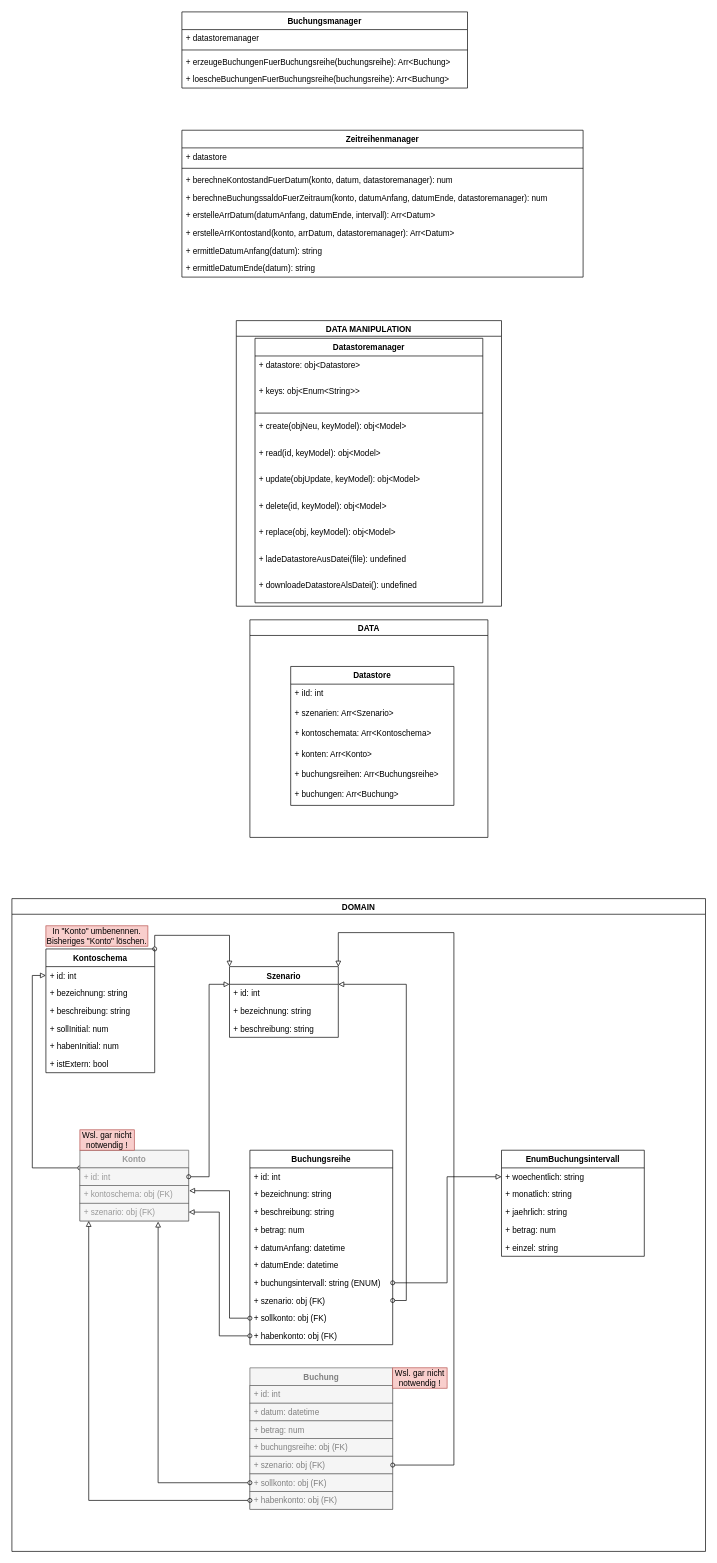
Before: design/Klassen.drawio in wunscha/finanzplaner, a draw.io diagram. Source tidied: cells renumbered, new cells numbered last; positions are measured from the earlier drawing's top-left corner, leaving out a move shared by most shapes. Both pictures are drawn from the tidied source at 68%, with x=0, y=0 at pixel (12, 12).
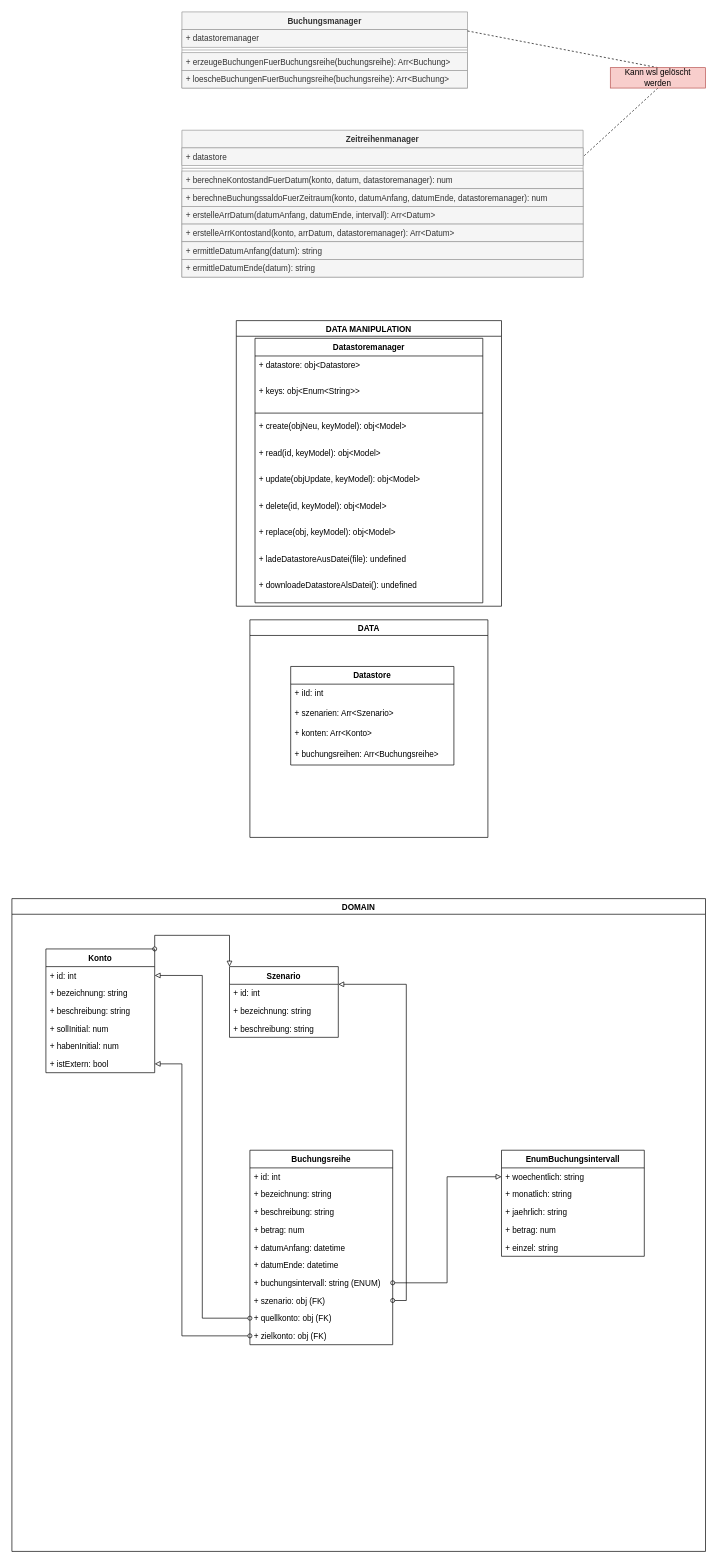
After the change.

The change refers to these unchanged cells:
```xml
<mxCell id="8" value="Szenario" style="swimlane;fontStyle=1;align=center;verticalAlign=top;horizontal=1;startSize=26;" parent="2" vertex="1">
  <mxGeometry x="320" y="100" width="160" height="104" as="geometry" />
</mxCell>
<mxCell id="13" value="Buchungsreihe" style="swimlane;fontStyle=1;align=center;verticalAlign=top;horizontal=1;startSize=26;" parent="2" vertex="1">
  <mxGeometry x="350" y="370" width="210" height="286" as="geometry" />
</mxCell>
<mxCell id="44" value="DOMAIN" style="swimlane;" parent="2" vertex="1">
  <mxGeometry width="1020" height="960" as="geometry" />
</mxCell>
<mxCell id="47" value="+ id: int" style="text;strokeColor=none;fillColor=none;align=left;verticalAlign=top;spacingLeft=4;spacingRight=4;overflow=hidden;points=[[0,0.5],[1,0.5]];portConstraint=eastwest;" parent="46" vertex="1">
  <mxGeometry y="26" width="160" height="26" as="geometry" />
</mxCell>
<mxCell id="52" value="+ istExtern: bool" style="text;strokeColor=none;fillColor=none;align=left;verticalAlign=top;spacingLeft=4;spacingRight=4;overflow=hidden;points=[[0,0.5],[1,0.5]];portConstraint=eastwest;" parent="46" vertex="1">
  <mxGeometry y="156" width="160" height="26" as="geometry" />
</mxCell>
<mxCell id="56" style="group;" parent="1" vertex="1">
  <mxGeometry x="350" y="894" width="350" height="320" as="geometry" />
</mxCell>
```

Diff of the diagram source:
```diff
@@
-    <mxCell id="2" style="group;" parent="1" vertex="1">
+    <mxCell id="2" style="group;fontStyle=4;" parent="1" vertex="1">
       <mxGeometry y="1304" width="1020" height="960" as="geometry" />
     </mxCell>
-    <mxCell id="3" style="edgeStyle=orthogonalEdgeStyle;rounded=0;jettySize=auto;html=1;exitX=0;exitY=0.25;exitDx=0;exitDy=0;entryX=0;entryY=0.5;entryDx=0;entryDy=0;endArrow=block;endFill=0;startArrow=oval;startFill=0;" parent="2" edge="1" source="4" target="47">
-      <mxGeometry relative="1" as="geometry" />
-    </mxCell>
-    <mxCell id="4" value="Konto" style="swimlane;fontStyle=1;align=center;verticalAlign=top;horizontal=1;startSize=26;fillColor=#f5f5f5;fontColor=#999999;strokeColor=#666666;" parent="2" vertex="1">
-      <mxGeometry x="100" y="370" width="160" height="104" as="geometry" />
-    </mxCell>
-    <mxCell id="5" value="+ id: int" style="text;strokeColor=#666666;fillColor=#f5f5f5;align=left;verticalAlign=top;spacingLeft=4;spacingRight=4;overflow=hidden;points=[[0,0.5],[1,0.5]];portConstraint=eastwest;fontColor=#999999;" parent="4" vertex="1">
-      <mxGeometry y="26" width="160" height="26" as="geometry" />
-    </mxCell>
-    <mxCell id="6" value="+ kontoschema: obj (FK)" style="text;strokeColor=#666666;fillColor=#f5f5f5;align=left;verticalAlign=top;spacingLeft=4;spacingRight=4;overflow=hidden;points=[[0,0.5],[1,0.5]];portConstraint=eastwest;fontColor=#999999;" parent="4" vertex="1">
-      <mxGeometry y="52" width="160" height="26" as="geometry" />
-    </mxCell>
-    <mxCell id="7" value="+ szenario: obj (FK)" style="text;strokeColor=#666666;fillColor=#f5f5f5;align=left;verticalAlign=top;spacingLeft=4;spacingRight=4;overflow=hidden;points=[[0,0.5],[1,0.5]];portConstraint=eastwest;fontColor=#999999;" parent="4" vertex="1">
-      <mxGeometry y="78" width="160" height="26" as="geometry" />
-    </mxCell>
@@
-    <mxCell id="12" style="edgeStyle=orthogonalEdgeStyle;rounded=0;jettySize=auto;html=1;exitX=1;exitY=0.5;exitDx=0;exitDy=0;entryX=0;entryY=0.25;entryDx=0;entryDy=0;startArrow=oval;startFill=0;endArrow=block;endFill=0;" parent="2" edge="1" source="5" target="8">
-      <mxGeometry relative="1" as="geometry" />
-    </mxCell>
@@
-    <mxCell id="22" value="+ sollkonto: obj (FK)" style="text;strokeColor=none;fillColor=none;align=left;verticalAlign=top;spacingLeft=4;spacingRight=4;overflow=hidden;points=[[0,0.5],[1,0.5]];portConstraint=eastwest;" parent="13" vertex="1">
+    <mxCell id="22" value="+ quellkonto: obj (FK)" style="text;strokeColor=none;fillColor=none;align=left;verticalAlign=top;spacingLeft=4;spacingRight=4;overflow=hidden;points=[[0,0.5],[1,0.5]];portConstraint=eastwest;" parent="13" vertex="1">
       <mxGeometry y="234" width="210" height="26" as="geometry" />
     </mxCell>
-    <mxCell id="23" value="+ habenkonto: obj (FK)" style="text;strokeColor=none;fillColor=none;align=left;verticalAlign=top;spacingLeft=4;spacingRight=4;overflow=hidden;points=[[0,0.5],[1,0.5]];portConstraint=eastwest;" parent="13" vertex="1">
+    <mxCell id="23" value="+ zielkonto: obj (FK)" style="text;strokeColor=none;fillColor=none;align=left;verticalAlign=top;spacingLeft=4;spacingRight=4;overflow=hidden;points=[[0,0.5],[1,0.5]];portConstraint=eastwest;" parent="13" vertex="1">
       <mxGeometry y="260" width="210" height="26" as="geometry" />
     </mxCell>
-    <mxCell id="24" value="Buchung" style="swimlane;fontStyle=1;align=center;verticalAlign=top;horizontal=1;startSize=26;fillColor=#f5f5f5;fontColor=#808080;strokeColor=#666666;" parent="2" vertex="1">
-      <mxGeometry x="350" y="690" width="210" height="208" as="geometry" />
-    </mxCell>
-    <mxCell id="25" value="+ id: int" style="text;strokeColor=#666666;fillColor=#f5f5f5;align=left;verticalAlign=top;spacingLeft=4;spacingRight=4;overflow=hidden;fontColor=#808080;" parent="24" vertex="1">
-      <mxGeometry y="26" width="210" height="26" as="geometry" />
-    </mxCell>
-    <mxCell id="26" value="+ datum: datetime" style="text;strokeColor=#666666;fillColor=#f5f5f5;align=left;verticalAlign=top;spacingLeft=4;spacingRight=4;overflow=hidden;fontColor=#808080;" parent="24" vertex="1">
-      <mxGeometry y="52" width="210" height="26" as="geometry" />
-    </mxCell>
-    <mxCell id="27" value="+ betrag: num" style="text;strokeColor=#666666;fillColor=#f5f5f5;align=left;verticalAlign=top;spacingLeft=4;spacingRight=4;overflow=hidden;fontColor=#808080;" parent="24" vertex="1">
-      <mxGeometry y="78" width="210" height="26" as="geometry" />
-    </mxCell>
-    <mxCell id="28" value="+ buchungsreihe: obj (FK)" style="text;strokeColor=#666666;fillColor=#f5f5f5;align=left;verticalAlign=top;spacingLeft=4;spacingRight=4;overflow=hidden;fontColor=#808080;" parent="24" vertex="1">
-      <mxGeometry y="104" width="210" height="26" as="geometry" />
-    </mxCell>
-    <mxCell id="29" value="+ szenario: obj (FK)" style="text;strokeColor=#666666;fillColor=#f5f5f5;align=left;verticalAlign=top;spacingLeft=4;spacingRight=4;overflow=hidden;points=[[0,0.5],[1,0.5]];portConstraint=eastwest;fontColor=#808080;" parent="24" vertex="1">
-      <mxGeometry y="130" width="210" height="26" as="geometry" />
-    </mxCell>
-    <mxCell id="30" value="+ sollkonto: obj (FK)" style="text;strokeColor=#666666;fillColor=#f5f5f5;align=left;verticalAlign=top;spacingLeft=4;spacingRight=4;overflow=hidden;points=[[0,0.5],[1,0.5]];portConstraint=eastwest;fontColor=#808080;" parent="24" vertex="1">
-      <mxGeometry y="156" width="210" height="26" as="geometry" />
-    </mxCell>
-    <mxCell id="31" value="+ habenkonto: obj (FK)" style="text;strokeColor=#666666;fillColor=#f5f5f5;align=left;verticalAlign=top;spacingLeft=4;spacingRight=4;overflow=hidden;points=[[0,0.5],[1,0.5]];portConstraint=eastwest;fontColor=#808080;" parent="24" vertex="1">
-      <mxGeometry y="182" width="210" height="26" as="geometry" />
-    </mxCell>
-    <mxCell id="32" style="edgeStyle=orthogonalEdgeStyle;rounded=0;jettySize=auto;html=1;exitX=0;exitY=0.5;exitDx=0;exitDy=0;entryX=1;entryY=0.5;entryDx=0;entryDy=0;startArrow=oval;startFill=0;endArrow=block;endFill=0;" parent="2" edge="1" source="23" target="7">
-      <mxGeometry relative="1" as="geometry" />
-    </mxCell>
@@
-    <mxCell id="34" style="edgeStyle=orthogonalEdgeStyle;rounded=0;jettySize=auto;html=1;exitX=1;exitY=0.5;exitDx=0;exitDy=0;entryX=1;entryY=0;entryDx=0;entryDy=0;startArrow=oval;startFill=0;endArrow=block;endFill=0;" parent="2" edge="1" source="29" target="8">
-      <mxGeometry relative="1" as="geometry">
-        <Array as="points">
-          <mxPoint x="650" y="833" />
-          <mxPoint x="650" y="50" />
-          <mxPoint x="480" y="50" />
-        </Array>
-      </mxGeometry>
-    </mxCell>
-    <mxCell id="35" style="edgeStyle=orthogonalEdgeStyle;rounded=0;jettySize=auto;html=1;exitX=0;exitY=0.5;exitDx=0;exitDy=0;entryX=0.719;entryY=1.038;entryDx=0;entryDy=0;entryPerimeter=0;startArrow=oval;startFill=0;endArrow=block;endFill=0;" parent="2" edge="1" source="30" target="7">
-      <mxGeometry relative="1" as="geometry" />
-    </mxCell>
-    <mxCell id="36" style="edgeStyle=orthogonalEdgeStyle;rounded=0;jettySize=auto;html=1;exitX=0;exitY=0.5;exitDx=0;exitDy=0;entryX=0.081;entryY=1;entryDx=0;entryDy=0;entryPerimeter=0;startArrow=oval;startFill=0;endArrow=block;endFill=0;" parent="2" edge="1" source="31" target="7">
-      <mxGeometry relative="1" as="geometry" />
-    </mxCell>
@@
-    <mxCell id="45" value="Wsl. gar nicht notwendig !" style="text;html=1;strokeColor=#b85450;fillColor=#f8cecc;align=center;verticalAlign=middle;whiteSpace=wrap;rounded=0;" parent="44" vertex="1">
-      <mxGeometry x="560" y="690" width="80" height="30" as="geometry" />
-    </mxCell>
-    <mxCell id="46" value="Kontoschema" style="swimlane;fontStyle=1;align=center;verticalAlign=top;horizontal=1;startSize=26;" parent="44" vertex="1">
+    <mxCell id="46" value="Konto" style="swimlane;fontStyle=1;align=center;verticalAlign=top;horizontal=1;startSize=26;" parent="44" vertex="1">
       <mxGeometry x="50" y="74" width="160" height="182" as="geometry" />
     </mxCell>
@@
-    <mxCell id="53" value="Wsl. gar nicht notwendig !" style="text;html=1;strokeColor=#b85450;fillColor=#f8cecc;align=center;verticalAlign=middle;whiteSpace=wrap;rounded=0;" parent="44" vertex="1">
-      <mxGeometry x="100" y="340" width="80" height="30" as="geometry" />
-    </mxCell>
-    <mxCell id="54" value="In &quot;Konto&quot; umbenennen.&lt;br&gt;Bisheriges &quot;Konto&quot; löschen." style="text;html=1;strokeColor=#b85450;fillColor=#f8cecc;align=center;verticalAlign=middle;whiteSpace=wrap;rounded=0;" parent="44" vertex="1">
-      <mxGeometry x="50" y="40" width="150" height="30" as="geometry" />
-    </mxCell>
@@
+    <mxCell id="93" style="edgeStyle=orthogonalEdgeStyle;rounded=0;jettySize=auto;html=1;exitX=0;exitY=0.5;exitDx=0;exitDy=0;entryX=1;entryY=0.5;entryDx=0;entryDy=0;endArrow=block;endFill=0;startArrow=oval;startFill=0;" parent="2" edge="1" source="22" target="47">
+      <mxGeometry relative="1" as="geometry" />
+    </mxCell>
+    <mxCell id="94" style="edgeStyle=orthogonalEdgeStyle;rounded=0;jettySize=auto;html=1;exitX=0;exitY=0.5;exitDx=0;exitDy=0;entryX=1;entryY=0.5;entryDx=0;entryDy=0;endArrow=block;endFill=0;startArrow=oval;startFill=0;" parent="2" edge="1" source="23" target="52">
+      <mxGeometry relative="1" as="geometry">
+        <Array as="points">
+          <mxPoint x="250" y="643" />
+          <mxPoint x="250" y="243" />
+        </Array>
+      </mxGeometry>
+    </mxCell>
@@
     <mxCell id="57" value="Datastore" style="swimlane;fontStyle=1;align=center;verticalAlign=top;horizontal=1;startSize=26;" parent="56" vertex="1">
-      <mxGeometry x="60" y="68.6" width="240" height="204.3" as="geometry" />
+      <mxGeometry x="60" y="68.6" width="240" height="144.9" as="geometry" />
     </mxCell>
@@
-    <mxCell id="60" value="+ kontoschemata: Arr&lt;Kontoschema&gt;" style="text;strokeColor=none;fillColor=none;align=left;verticalAlign=top;spacingLeft=4;spacingRight=4;overflow=hidden;" parent="57" vertex="1">
-      <mxGeometry y="85.4" width="240" height="29.7" as="geometry" />
-    </mxCell>
     <mxCell id="61" value="+ konten: Arr&lt;Konto&gt;" style="text;strokeColor=none;fillColor=none;align=left;verticalAlign=top;spacingLeft=4;spacingRight=4;overflow=hidden;" parent="57" vertex="1">
-      <mxGeometry y="115.1" width="240" height="29.7" as="geometry" />
+      <mxGeometry y="85.4" width="240" height="29.7" as="geometry" />
     </mxCell>
     <mxCell id="62" value="+ buchungsreihen: Arr&lt;Buchungsreihe&gt;" style="text;strokeColor=none;fillColor=none;align=left;verticalAlign=top;spacingLeft=4;spacingRight=4;overflow=hidden;" parent="57" vertex="1">
-      <mxGeometry y="144.9" width="240" height="29.7" as="geometry" />
+      <mxGeometry y="115.1" width="240" height="29.7" as="geometry" />
     </mxCell>
-    <mxCell id="63" value="+ buchungen: Arr&lt;Buchung&gt;" style="text;strokeColor=none;fillColor=none;align=left;verticalAlign=top;spacingLeft=4;spacingRight=4;overflow=hidden;" parent="57" vertex="1">
-      <mxGeometry y="174.6" width="240" height="29.7" as="geometry" />
-    </mxCell>
@@
-    <mxCell id="78" value="Buchungsmanager" style="swimlane;fontStyle=1;align=center;verticalAlign=top;horizontal=1;startSize=26;" parent="1" vertex="1">
+    <mxCell id="78" value="Buchungsmanager" style="swimlane;fontStyle=1;align=center;verticalAlign=top;horizontal=1;startSize=26;fillColor=#f5f5f5;fontColor=#333333;strokeColor=#999999;" parent="1" vertex="1">
       <mxGeometry x="250" width="420" height="112" as="geometry" />
     </mxCell>
-    <mxCell id="79" value="+ datastoremanager" style="text;strokeColor=none;fillColor=none;align=left;verticalAlign=top;spacingLeft=4;spacingRight=4;overflow=hidden;" parent="78" vertex="1">
+    <mxCell id="79" value="+ datastoremanager" style="text;strokeColor=#999999;fillColor=#f5f5f5;align=left;verticalAlign=top;spacingLeft=4;spacingRight=4;overflow=hidden;fontColor=#333333;" parent="78" vertex="1">
       <mxGeometry y="26" width="420" height="26" as="geometry" />
     </mxCell>
-    <mxCell id="80" style="line;strokeWidth=1;fillColor=none;align=left;verticalAlign=middle;spacingTop=-1;spacingLeft=3;spacingRight=3;labelPosition=right;strokeColor=inherit;" parent="78" vertex="1">
+    <mxCell id="80" style="line;strokeWidth=1;fillColor=#f5f5f5;align=left;verticalAlign=middle;spacingTop=-1;spacingLeft=3;spacingRight=3;labelPosition=right;strokeColor=#999999;fontColor=#333333;" parent="78" vertex="1">
       <mxGeometry y="52" width="420" height="8" as="geometry" />
     </mxCell>
-    <mxCell id="81" value="+ erzeugeBuchungenFuerBuchungsreihe(buchungsreihe): Arr&lt;Buchung&gt;" style="text;strokeColor=none;fillColor=none;align=left;verticalAlign=top;spacingLeft=4;spacingRight=4;overflow=hidden;" parent="78" vertex="1">
+    <mxCell id="81" value="+ erzeugeBuchungenFuerBuchungsreihe(buchungsreihe): Arr&lt;Buchung&gt;" style="text;strokeColor=#999999;fillColor=#f5f5f5;align=left;verticalAlign=top;spacingLeft=4;spacingRight=4;overflow=hidden;fontColor=#333333;" parent="78" vertex="1">
       <mxGeometry y="60" width="420" height="26" as="geometry" />
     </mxCell>
-    <mxCell id="82" value="+ loescheBuchungenFuerBuchungsreihe(buchungsreihe): Arr&lt;Buchung&gt;" style="text;strokeColor=none;fillColor=none;align=left;verticalAlign=top;spacingLeft=4;spacingRight=4;overflow=hidden;" parent="78" vertex="1">
+    <mxCell id="82" value="+ loescheBuchungenFuerBuchungsreihe(buchungsreihe): Arr&lt;Buchung&gt;" style="text;strokeColor=#999999;fillColor=#f5f5f5;align=left;verticalAlign=top;spacingLeft=4;spacingRight=4;overflow=hidden;fontColor=#333333;" parent="78" vertex="1">
       <mxGeometry y="86" width="420" height="26" as="geometry" />
     </mxCell>
-    <mxCell id="83" value="Zeitreihenmanager" style="swimlane;fontStyle=1;align=center;verticalAlign=top;horizontal=1;startSize=26;" parent="1" vertex="1">
+    <mxCell id="83" value="Zeitreihenmanager" style="swimlane;fontStyle=1;align=center;verticalAlign=top;horizontal=1;startSize=26;fillColor=#f5f5f5;fontColor=#333333;strokeColor=#999999;" parent="1" vertex="1">
       <mxGeometry x="250" y="174" width="590" height="216" as="geometry" />
     </mxCell>
-    <mxCell id="84" value="+ datastore" style="text;strokeColor=none;fillColor=none;align=left;verticalAlign=top;spacingLeft=4;spacingRight=4;overflow=hidden;points=[[0,0.5],[1,0.5]];portConstraint=eastwest;" parent="83" vertex="1">
+    <mxCell id="84" value="+ datastore" style="text;strokeColor=#999999;fillColor=#f5f5f5;align=left;verticalAlign=top;spacingLeft=4;spacingRight=4;overflow=hidden;points=[[0,0.5],[1,0.5]];portConstraint=eastwest;fontColor=#333333;" parent="83" vertex="1">
       <mxGeometry y="26" width="590" height="26" as="geometry" />
     </mxCell>
-    <mxCell id="85" style="line;strokeWidth=1;fillColor=none;align=left;verticalAlign=middle;spacingTop=-1;spacingLeft=3;spacingRight=3;labelPosition=right;strokeColor=inherit;" parent="83" vertex="1">
+    <mxCell id="85" style="line;strokeWidth=1;fillColor=#f5f5f5;align=left;verticalAlign=middle;spacingTop=-1;spacingLeft=3;spacingRight=3;labelPosition=right;strokeColor=#999999;fontColor=#333333;" parent="83" vertex="1">
       <mxGeometry y="52" width="590" height="8" as="geometry" />
     </mxCell>
-    <mxCell id="86" value="+ berechneKontostandFuerDatum(konto, datum, datastoremanager): num" style="text;strokeColor=none;fillColor=none;align=left;verticalAlign=top;spacingLeft=4;spacingRight=4;overflow=hidden;" parent="83" vertex="1">
+    <mxCell id="86" value="+ berechneKontostandFuerDatum(konto, datum, datastoremanager): num" style="text;strokeColor=#999999;fillColor=#f5f5f5;align=left;verticalAlign=top;spacingLeft=4;spacingRight=4;overflow=hidden;fontColor=#333333;" parent="83" vertex="1">
       <mxGeometry y="60" width="590" height="26" as="geometry" />
     </mxCell>
-    <mxCell id="87" value="+ berechneBuchungssaldoFuerZeitraum(konto, datumAnfang, datumEnde, datastoremanager): num" style="text;strokeColor=none;fillColor=none;align=left;verticalAlign=top;spacingLeft=4;spacingRight=4;overflow=hidden;" parent="83" vertex="1">
+    <mxCell id="87" value="+ berechneBuchungssaldoFuerZeitraum(konto, datumAnfang, datumEnde, datastoremanager): num" style="text;strokeColor=#999999;fillColor=#f5f5f5;align=left;verticalAlign=top;spacingLeft=4;spacingRight=4;overflow=hidden;fontColor=#333333;" parent="83" vertex="1">
       <mxGeometry y="86" width="590" height="26" as="geometry" />
     </mxCell>
-    <mxCell id="88" value="+ erstelleArrDatum(datumAnfang, datumEnde, intervall): Arr&lt;Datum&gt;" style="text;strokeColor=none;fillColor=none;align=left;verticalAlign=top;spacingLeft=4;spacingRight=4;overflow=hidden;" parent="83" vertex="1">
+    <mxCell id="88" value="+ erstelleArrDatum(datumAnfang, datumEnde, intervall): Arr&lt;Datum&gt;" style="text;strokeColor=#999999;fillColor=#f5f5f5;align=left;verticalAlign=top;spacingLeft=4;spacingRight=4;overflow=hidden;fontColor=#333333;" parent="83" vertex="1">
       <mxGeometry y="112" width="590" height="26" as="geometry" />
     </mxCell>
-    <mxCell id="89" value="+ erstelleArrKontostand(konto, arrDatum, datastoremanager): Arr&lt;Datum&gt;" style="text;strokeColor=none;fillColor=none;align=left;verticalAlign=top;spacingLeft=4;spacingRight=4;overflow=hidden;" parent="83" vertex="1">
+    <mxCell id="89" value="+ erstelleArrKontostand(konto, arrDatum, datastoremanager): Arr&lt;Datum&gt;" style="text;strokeColor=#999999;fillColor=#f5f5f5;align=left;verticalAlign=top;spacingLeft=4;spacingRight=4;overflow=hidden;fontColor=#333333;" parent="83" vertex="1">
       <mxGeometry y="138" width="590" height="26" as="geometry" />
     </mxCell>
-    <mxCell id="90" value="+ ermittleDatumAnfang(datum): string" style="text;strokeColor=none;fillColor=none;align=left;verticalAlign=top;spacingLeft=4;spacingRight=4;overflow=hidden;" parent="83" vertex="1">
+    <mxCell id="90" value="+ ermittleDatumAnfang(datum): string" style="text;strokeColor=#999999;fillColor=#f5f5f5;align=left;verticalAlign=top;spacingLeft=4;spacingRight=4;overflow=hidden;fontColor=#333333;" parent="83" vertex="1">
       <mxGeometry y="164" width="590" height="26" as="geometry" />
     </mxCell>
-    <mxCell id="91" value="+ ermittleDatumEnde(datum): string" style="text;strokeColor=none;fillColor=none;align=left;verticalAlign=top;spacingLeft=4;spacingRight=4;overflow=hidden;" parent="83" vertex="1">
+    <mxCell id="91" value="+ ermittleDatumEnde(datum): string" style="text;strokeColor=#999999;fillColor=#f5f5f5;align=left;verticalAlign=top;spacingLeft=4;spacingRight=4;overflow=hidden;fontColor=#333333;" parent="83" vertex="1">
       <mxGeometry y="190" width="590" height="26" as="geometry" />
     </mxCell>
-    <mxCell id="92" style="edgeStyle=orthogonalEdgeStyle;rounded=0;jettySize=auto;html=1;startArrow=oval;startFill=0;endArrow=block;endFill=0;exitX=0;exitY=0.5;exitDx=0;exitDy=0;entryX=1.004;entryY=0.291;entryDx=0;entryDy=0;entryPerimeter=0;" parent="1" edge="1" source="22" target="6">
-      <mxGeometry relative="1" as="geometry">
-        <Array as="points">
-          <mxPoint x="320" y="1921" />
-          <mxPoint x="320" y="1734" />
-        </Array>
-      </mxGeometry>
-    </mxCell>
+    <mxCell id="95" style="rounded=0;jettySize=auto;html=1;exitX=0.5;exitY=0;exitDx=0;exitDy=0;startArrow=none;startFill=0;endArrow=none;endFill=0;entryX=1;entryY=0.25;entryDx=0;entryDy=0;dashed=1;" parent="1" edge="1" source="97" target="78">
+      <mxGeometry relative="1" as="geometry" />
+    </mxCell>
+    <mxCell id="96" style="rounded=0;jettySize=auto;html=1;exitX=0.5;exitY=1;exitDx=0;exitDy=0;entryX=1;entryY=0.5;entryDx=0;entryDy=0;startArrow=none;startFill=0;endArrow=none;endFill=0;dashed=1;" parent="1" edge="1" source="97" target="84">
+      <mxGeometry relative="1" as="geometry" />
+    </mxCell>
+    <mxCell id="97" value="Kann wsl gelöscht werden" style="text;html=1;strokeColor=#b85450;fillColor=#f8cecc;align=center;verticalAlign=middle;whiteSpace=wrap;rounded=0;" parent="1" vertex="1">
+      <mxGeometry x="880" y="82" width="140" height="30" as="geometry" />
+    </mxCell>
```
